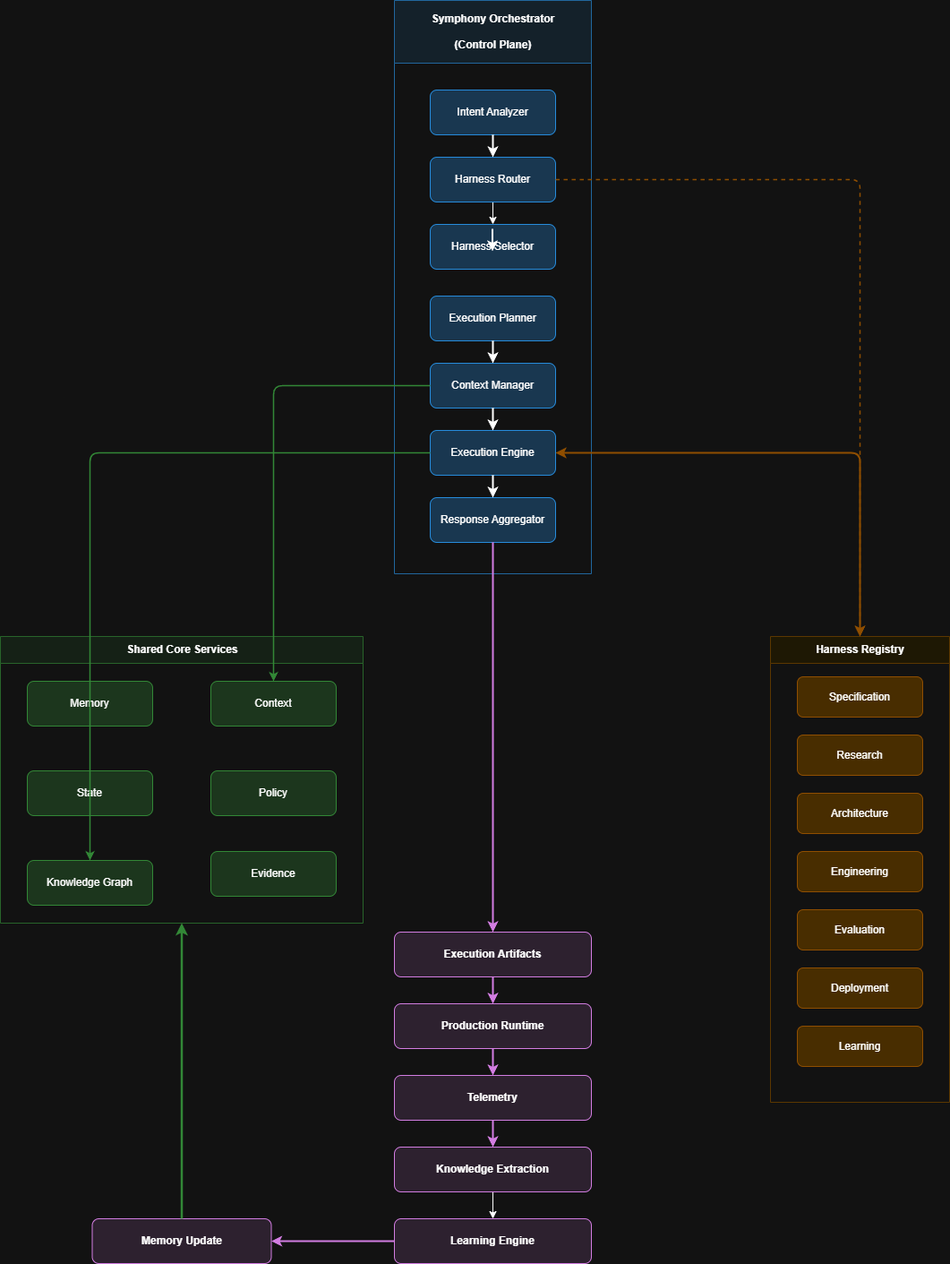
Earlier version of the draw.io export docs/architecture/lld.png (jacobjerryarackal/harness-engineering). Source tidied: cells renumbered, new cells last; positions are measured from the earlier drawing's top-left corner, leaving out a move shared by most shapes. Source of this version:
```xml
<mxGraphModel>
  <root>
    <mxCell id="0" />
    <mxCell id="1" parent="0" />
    <mxCell id="2" value="Shared Core Services" style="swimlane;startSize=30;fillColor=#e8f5e9;strokeColor=#81c784;html=1;fontStyle=1;align=center;" parent="1" vertex="1">
      <mxGeometry y="710" width="405" height="320" as="geometry" />
    </mxCell>
    <mxCell id="3" value="Memory" style="rounded=1;whiteSpace=wrap;html=1;fillColor=#c8e6c9;strokeColor=#4caf50;" parent="2" vertex="1">
      <mxGeometry x="30" y="50" width="140" height="50" as="geometry" />
    </mxCell>
    <mxCell id="4" value="Context" style="rounded=1;whiteSpace=wrap;html=1;fillColor=#c8e6c9;strokeColor=#4caf50;" parent="2" vertex="1">
      <mxGeometry x="235" y="50" width="140" height="50" as="geometry" />
    </mxCell>
    <mxCell id="5" value="State" style="rounded=1;whiteSpace=wrap;html=1;fillColor=#c8e6c9;strokeColor=#4caf50;" parent="2" vertex="1">
      <mxGeometry x="30" y="150" width="140" height="50" as="geometry" />
    </mxCell>
    <mxCell id="6" value="Knowledge Graph" style="rounded=1;whiteSpace=wrap;html=1;fillColor=#c8e6c9;strokeColor=#4caf50;" parent="2" vertex="1">
      <mxGeometry x="30" y="250" width="140" height="50" as="geometry" />
    </mxCell>
    <mxCell id="7" value="Evidence" style="rounded=1;whiteSpace=wrap;html=1;fillColor=#c8e6c9;strokeColor=#4caf50;" parent="2" vertex="1">
      <mxGeometry x="235" y="240" width="140" height="50" as="geometry" />
    </mxCell>
    <mxCell id="8" value="Policy" style="rounded=1;whiteSpace=wrap;html=1;fillColor=#c8e6c9;strokeColor=#4caf50;" parent="2" vertex="1">
      <mxGeometry x="235" y="150" width="140" height="50" as="geometry" />
    </mxCell>
    <mxCell id="9" value="&lt;div&gt;Symphony Orchestrator&lt;/div&gt;&lt;div&gt;&lt;br&gt;&lt;/div&gt;&lt;div&gt;(Control Plane)&lt;/div&gt;" style="swimlane;startSize=70;fillColor=#e3f2fd;strokeColor=#64b5f6;html=1;fontStyle=1;align=center;" parent="1" vertex="1">
      <mxGeometry x="440" width="220" height="640" as="geometry" />
    </mxCell>
    <mxCell id="10" value="Intent Analyzer" style="rounded=1;whiteSpace=wrap;html=1;fillColor=#bbdefb;strokeColor=#2196f3;" parent="9" vertex="1">
      <mxGeometry x="40" y="100" width="140" height="50" as="geometry" />
    </mxCell>
    <mxCell id="11" style="edgeStyle=orthogonalEdgeStyle;rounded=0;jettySize=auto;html=1;" parent="9" edge="1" source="12" target="17">
      <mxGeometry relative="1" as="geometry" />
    </mxCell>
    <mxCell id="12" value="Harness Router" style="rounded=1;whiteSpace=wrap;html=1;fillColor=#bbdefb;strokeColor=#2196f3;" parent="9" vertex="1">
      <mxGeometry x="40" y="175" width="140" height="50" as="geometry" />
    </mxCell>
    <mxCell id="13" value="Execution Planner" style="rounded=1;whiteSpace=wrap;html=1;fillColor=#bbdefb;strokeColor=#2196f3;" parent="9" vertex="1">
      <mxGeometry x="40" y="330" width="140" height="50" as="geometry" />
    </mxCell>
    <mxCell id="14" value="Context Manager" style="rounded=1;whiteSpace=wrap;html=1;fillColor=#bbdefb;strokeColor=#2196f3;" parent="9" vertex="1">
      <mxGeometry x="40" y="405" width="140" height="50" as="geometry" />
    </mxCell>
    <mxCell id="15" value="Execution Engine" style="rounded=1;whiteSpace=wrap;html=1;fillColor=#bbdefb;strokeColor=#2196f3;" parent="9" vertex="1">
      <mxGeometry x="40" y="480" width="140" height="50" as="geometry" />
    </mxCell>
    <mxCell id="16" value="Response Aggregator" style="rounded=1;whiteSpace=wrap;html=1;fillColor=#bbdefb;strokeColor=#2196f3;" parent="9" vertex="1">
      <mxGeometry x="40" y="555" width="140" height="50" as="geometry" />
    </mxCell>
    <mxCell id="17" value="Harness Selector" style="rounded=1;whiteSpace=wrap;html=1;fillColor=#bbdefb;strokeColor=#2196f3;" parent="9" vertex="1">
      <mxGeometry x="40" y="250" width="140" height="50" as="geometry" />
    </mxCell>
    <mxCell id="18" style="edgeStyle=orthogonalEdgeStyle;rounded=1;html=1;strokeWidth=2;" parent="9" edge="1">
      <mxGeometry relative="1" as="geometry">
        <mxPoint x="109.5" y="255" as="sourcePoint" />
        <mxPoint x="109.5" y="280" as="targetPoint" />
      </mxGeometry>
    </mxCell>
    <mxCell id="19" value="Harness Registry" style="swimlane;startSize=30;fillColor=#fff8e1;strokeColor=#ffd54f;html=1;fontStyle=1;align=center;" parent="1" vertex="1">
      <mxGeometry x="860" y="710" width="200" height="520" as="geometry" />
    </mxCell>
    <mxCell id="20" value="Specification" style="rounded=1;whiteSpace=wrap;html=1;fillColor=#ffe082;strokeColor=#ffb300;" parent="19" vertex="1">
      <mxGeometry x="30" y="45" width="140" height="45" as="geometry" />
    </mxCell>
    <mxCell id="21" value="Research" style="rounded=1;whiteSpace=wrap;html=1;fillColor=#ffe082;strokeColor=#ffb300;" parent="19" vertex="1">
      <mxGeometry x="30" y="110" width="140" height="45" as="geometry" />
    </mxCell>
    <mxCell id="22" value="Architecture" style="rounded=1;whiteSpace=wrap;html=1;fillColor=#ffe082;strokeColor=#ffb300;" parent="19" vertex="1">
      <mxGeometry x="30" y="175" width="140" height="45" as="geometry" />
    </mxCell>
    <mxCell id="23" value="Engineering" style="rounded=1;whiteSpace=wrap;html=1;fillColor=#ffe082;strokeColor=#ffb300;" parent="19" vertex="1">
      <mxGeometry x="30" y="240" width="140" height="45" as="geometry" />
    </mxCell>
    <mxCell id="24" value="Evaluation" style="rounded=1;whiteSpace=wrap;html=1;fillColor=#ffe082;strokeColor=#ffb300;" parent="19" vertex="1">
      <mxGeometry x="30" y="305" width="140" height="45" as="geometry" />
    </mxCell>
    <mxCell id="25" value="Deployment" style="rounded=1;whiteSpace=wrap;html=1;fillColor=#ffe082;strokeColor=#ffb300;" parent="19" vertex="1">
      <mxGeometry x="30" y="370" width="140" height="45" as="geometry" />
    </mxCell>
    <mxCell id="26" value="Learning" style="rounded=1;whiteSpace=wrap;html=1;fillColor=#ffe082;strokeColor=#ffb300;" parent="19" vertex="1">
      <mxGeometry x="30" y="435" width="140" height="45" as="geometry" />
    </mxCell>
    <mxCell id="27" value="Execution Artifacts" style="rounded=1;whiteSpace=wrap;html=1;fillColor=#f3e5f5;strokeColor=#ab47bc;fontStyle=1;" parent="1" vertex="1">
      <mxGeometry x="440" y="1040" width="220" height="50" as="geometry" />
    </mxCell>
    <mxCell id="28" value="Production Runtime" style="rounded=1;whiteSpace=wrap;html=1;fillColor=#f3e5f5;strokeColor=#ab47bc;fontStyle=1;" parent="1" vertex="1">
      <mxGeometry x="440" y="1120" width="220" height="50" as="geometry" />
    </mxCell>
    <mxCell id="29" value="Telemetry" style="rounded=1;whiteSpace=wrap;html=1;fillColor=#f3e5f5;strokeColor=#ab47bc;fontStyle=1;" parent="1" vertex="1">
      <mxGeometry x="440" y="1200" width="220" height="50" as="geometry" />
    </mxCell>
    <mxCell id="30" style="edgeStyle=orthogonalEdgeStyle;rounded=0;jettySize=auto;html=1;" parent="1" edge="1" source="31" target="32">
      <mxGeometry relative="1" as="geometry" />
    </mxCell>
    <mxCell id="31" value="Knowledge Extraction" style="rounded=1;whiteSpace=wrap;html=1;fillColor=#f3e5f5;strokeColor=#ab47bc;fontStyle=1;" parent="1" vertex="1">
      <mxGeometry x="440" y="1280" width="220" height="50" as="geometry" />
    </mxCell>
    <mxCell id="32" value="Learning Engine" style="rounded=1;whiteSpace=wrap;html=1;fillColor=#f3e5f5;strokeColor=#ab47bc;fontStyle=1;" parent="1" vertex="1">
      <mxGeometry x="440" y="1360" width="220" height="50" as="geometry" />
    </mxCell>
    <mxCell id="33" value="Memory Update" style="rounded=1;whiteSpace=wrap;html=1;fillColor=#f3e5f5;strokeColor=#ab47bc;fontStyle=1;" parent="1" vertex="1">
      <mxGeometry x="102.5" y="1360" width="200" height="50" as="geometry" />
    </mxCell>
    <mxCell id="34" style="edgeStyle=orthogonalEdgeStyle;rounded=1;html=1;strokeWidth=2;" parent="1" edge="1" source="10" target="12">
      <mxGeometry relative="1" as="geometry" />
    </mxCell>
    <mxCell id="35" style="edgeStyle=orthogonalEdgeStyle;rounded=1;html=1;strokeWidth=2;" parent="1" edge="1" source="13" target="14">
      <mxGeometry relative="1" as="geometry" />
    </mxCell>
    <mxCell id="36" style="edgeStyle=orthogonalEdgeStyle;rounded=1;html=1;strokeWidth=2;" parent="1" edge="1" source="14" target="15">
      <mxGeometry relative="1" as="geometry" />
    </mxCell>
    <mxCell id="37" style="edgeStyle=orthogonalEdgeStyle;rounded=1;html=1;strokeWidth=2;" parent="1" edge="1" source="15" target="16">
      <mxGeometry relative="1" as="geometry" />
    </mxCell>
    <mxCell id="38" style="edgeStyle=orthogonalEdgeStyle;rounded=1;html=1;dashed=1;strokeColor=#ffb300;strokeWidth=1.5;" parent="1" edge="1" source="12" target="19">
      <mxGeometry relative="1" as="geometry" />
    </mxCell>
    <mxCell id="39" style="edgeStyle=orthogonalEdgeStyle;rounded=1;html=1;strokeColor=#ffb300;strokeWidth=2;startArrow=classic;startFill=1;" parent="1" edge="1" source="15" target="19">
      <mxGeometry relative="1" as="geometry" />
    </mxCell>
    <mxCell id="40" style="edgeStyle=orthogonalEdgeStyle;rounded=1;html=1;strokeColor=#4caf50;strokeWidth=1.5;" parent="1" edge="1" source="14" target="4">
      <mxGeometry relative="1" as="geometry" />
    </mxCell>
    <mxCell id="41" style="edgeStyle=orthogonalEdgeStyle;rounded=1;html=1;strokeColor=#4caf50;strokeWidth=1.5;" parent="1" edge="1" source="15" target="6">
      <mxGeometry relative="1" as="geometry" />
    </mxCell>
    <mxCell id="42" style="edgeStyle=orthogonalEdgeStyle;rounded=1;html=1;strokeWidth=2;strokeColor=#ab47bc;" parent="1" edge="1" source="16" target="27">
      <mxGeometry relative="1" as="geometry" />
    </mxCell>
    <mxCell id="43" style="edgeStyle=orthogonalEdgeStyle;rounded=1;html=1;strokeWidth=2;strokeColor=#ab47bc;" parent="1" edge="1" source="27" target="28">
      <mxGeometry relative="1" as="geometry" />
    </mxCell>
    <mxCell id="44" style="edgeStyle=orthogonalEdgeStyle;rounded=1;html=1;strokeWidth=2;strokeColor=#ab47bc;" parent="1" edge="1" source="28" target="29">
      <mxGeometry relative="1" as="geometry" />
    </mxCell>
    <mxCell id="45" style="edgeStyle=orthogonalEdgeStyle;rounded=1;html=1;strokeWidth=2;strokeColor=#ab47bc;" parent="1" edge="1" source="29" target="31">
      <mxGeometry relative="1" as="geometry" />
    </mxCell>
    <mxCell id="46" style="edgeStyle=orthogonalEdgeStyle;rounded=1;html=1;strokeWidth=2;strokeColor=#ab47bc;" parent="1" edge="1" source="32" target="33">
      <mxGeometry relative="1" as="geometry" />
    </mxCell>
    <mxCell id="47" style="edgeStyle=orthogonalEdgeStyle;rounded=1;html=1;strokeWidth=2.5;strokeColor=#4caf50;" parent="1" edge="1" source="33" target="2">
      <mxGeometry relative="1" as="geometry" />
    </mxCell>
  </root>
</mxGraphModel>
```
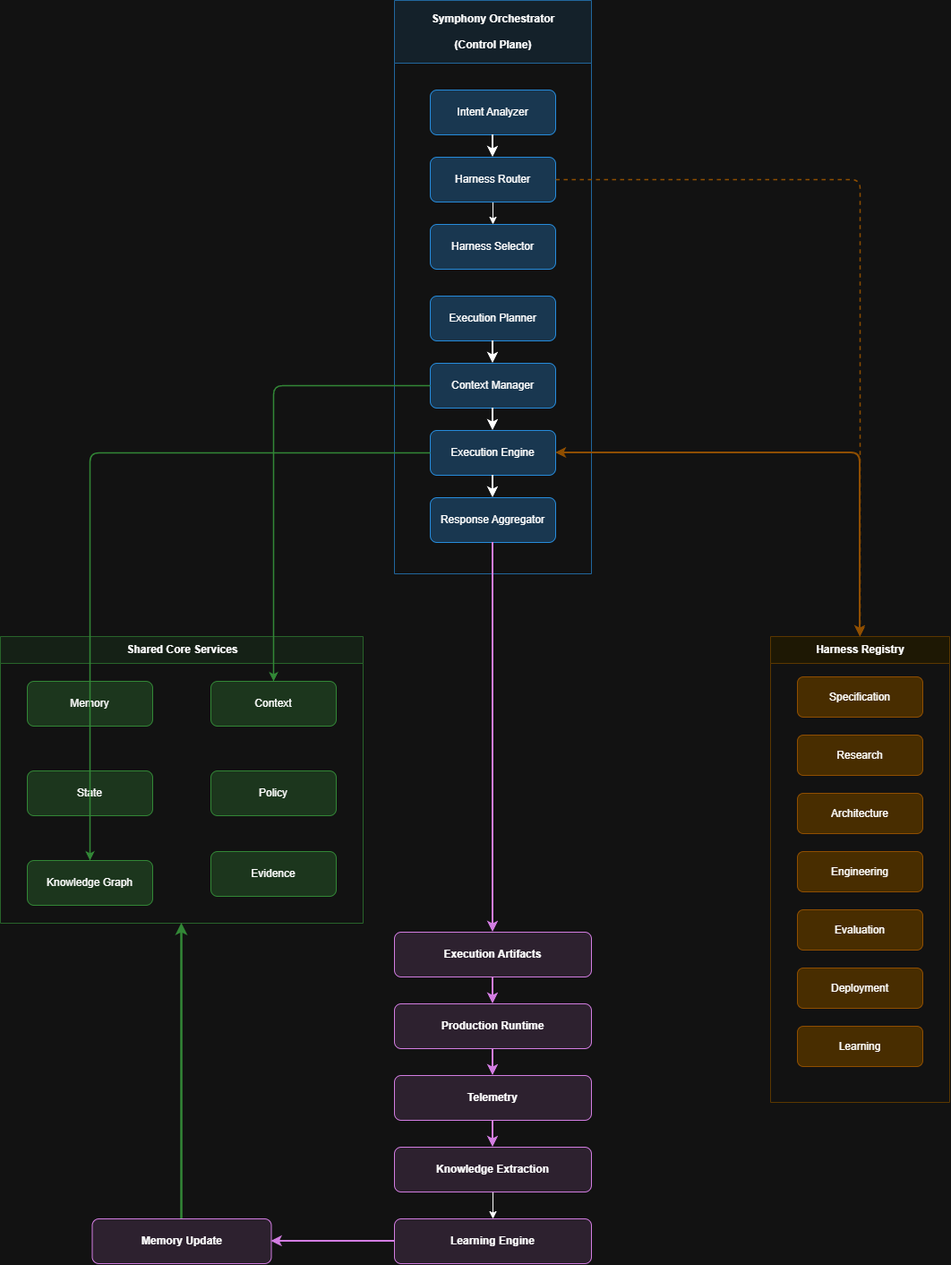
The same file after the commit.

Commit message:
updated lld diagram

Diff of the diagram source:
```diff
@@ -50,12 +50,6 @@
     <mxCell id="17" value="Harness Selector" style="rounded=1;whiteSpace=wrap;html=1;fillColor=#bbdefb;strokeColor=#2196f3;" parent="9" vertex="1">
       <mxGeometry x="40" y="250" width="140" height="50" as="geometry" />
     </mxCell>
-    <mxCell id="18" style="edgeStyle=orthogonalEdgeStyle;rounded=1;html=1;strokeWidth=2;" parent="9" edge="1">
-      <mxGeometry relative="1" as="geometry">
-        <mxPoint x="109.5" y="255" as="sourcePoint" />
-        <mxPoint x="109.5" y="280" as="targetPoint" />
-      </mxGeometry>
-    </mxCell>
     <mxCell id="19" value="Harness Registry" style="swimlane;startSize=30;fillColor=#fff8e1;strokeColor=#ffd54f;html=1;fontStyle=1;align=center;" parent="1" vertex="1">
       <mxGeometry x="860" y="710" width="200" height="520" as="geometry" />
     </mxCell>
```
